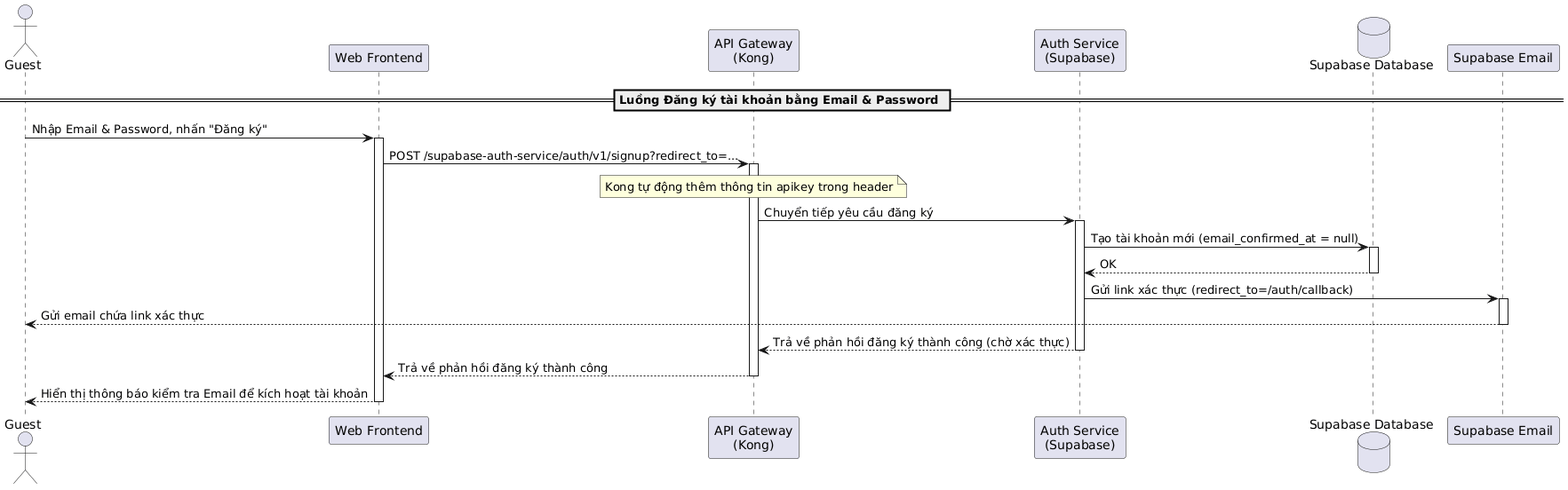
The PlantUML diagram latex/contents/Sequence/UML-Sequence-GuestEmailPasswordSignup.png in 20206205Tech/docs-latex, before a commit.
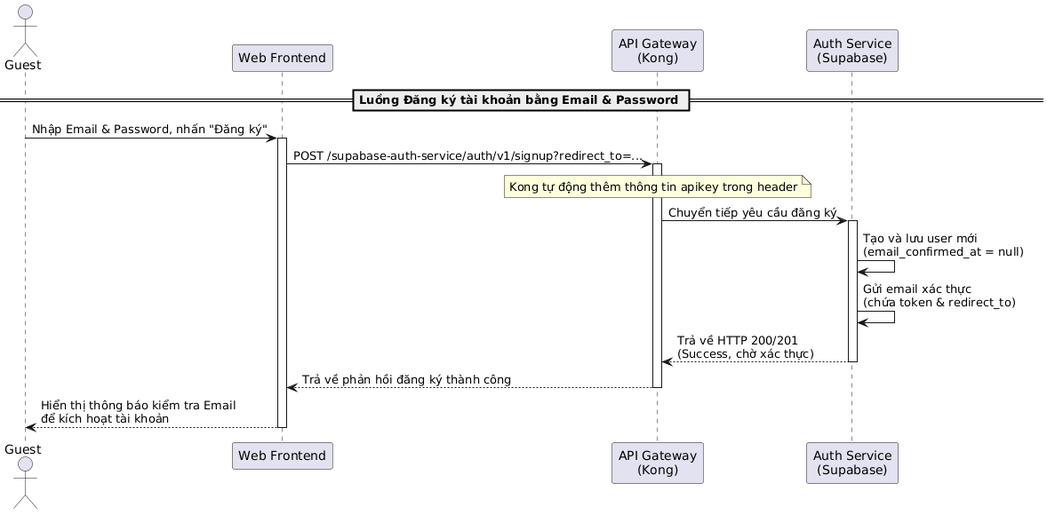
The same diagram one commit later.

The edit, as a diff of the source:
```diff
@@ -3,8 +3,6 @@
 participant "Web Frontend" as Frontend
 participant "API Gateway\n(Kong)" as Kong
 participant "Auth Service\n(Supabase)" as AuthService
-database "Supabase Database" as DB
-participant "Supabase Email" as Email
 
 == Luồng Đăng ký tài khoản bằng Email & Password ==
 Guest -> Frontend: Nhập Email & Password, nhấn "Đăng ký"
@@ -13,24 +11,19 @@
 Frontend -> Kong: POST /supabase-auth-service/auth/v1/signup?redirect_to=...
 activate Kong
 note over Kong: Kong tự động thêm thông tin apikey trong header
+
 Kong -> AuthService: Chuyển tiếp yêu cầu đăng ký
 activate AuthService
 
-AuthService -> DB: Tạo tài khoản mới (email_confirmed_at = null)
-activate DB
-DB --> AuthService: OK
-deactivate DB
+AuthService -> AuthService: Tạo và lưu user mới\n(email_confirmed_at = null)
+AuthService -> AuthService: Gửi email xác thực\n(chứa token & redirect_to)
 
-AuthService -> Email: Gửi link xác thực (redirect_to=/auth/callback)
-activate Email
-Email --> Guest: Gửi email chứa link xác thực
-deactivate Email
+AuthService --> Kong: Trả về HTTP 200/201\n(Success, chờ xác thực)
+deactivate AuthService
 
-AuthService --> Kong: Trả về phản hồi đăng ký thành công (chờ xác thực)
-deactivate AuthService
 Kong --> Frontend: Trả về phản hồi đăng ký thành công
 deactivate Kong
 
-Frontend --> Guest: Hiển thị thông báo kiểm tra Email để kích hoạt tài khoản
+Frontend --> Guest: Hiển thị thông báo kiểm tra Email\nđể kích hoạt tài khoản
 deactivate Frontend
 @enduml
```
